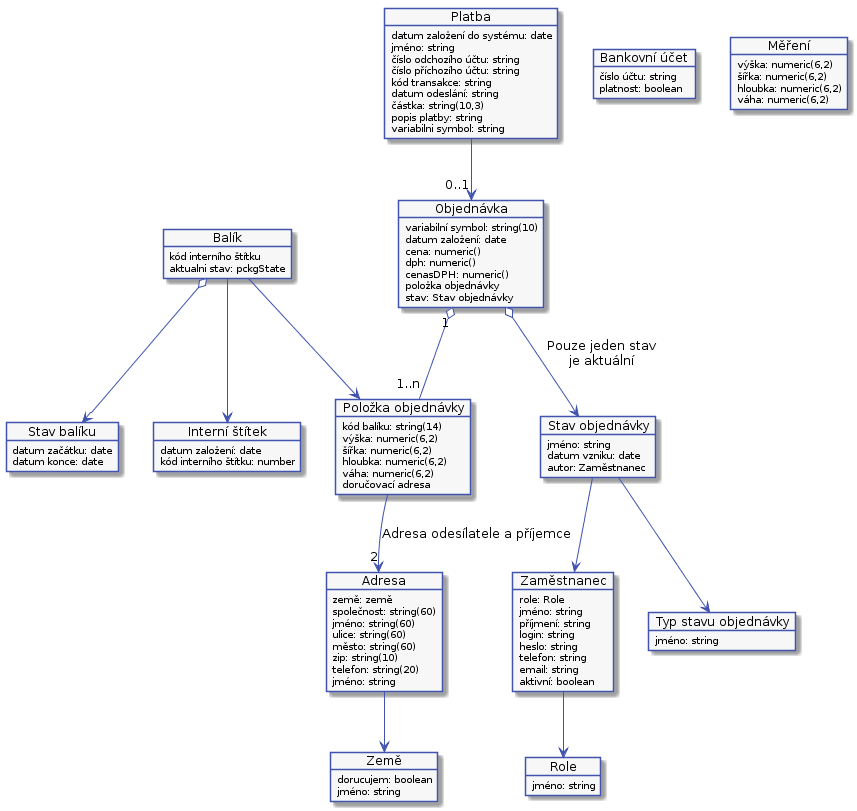
The PlantUML diagram docs/diagrams/out/arch-01.png in Internet-Handel/postman, before a commit.
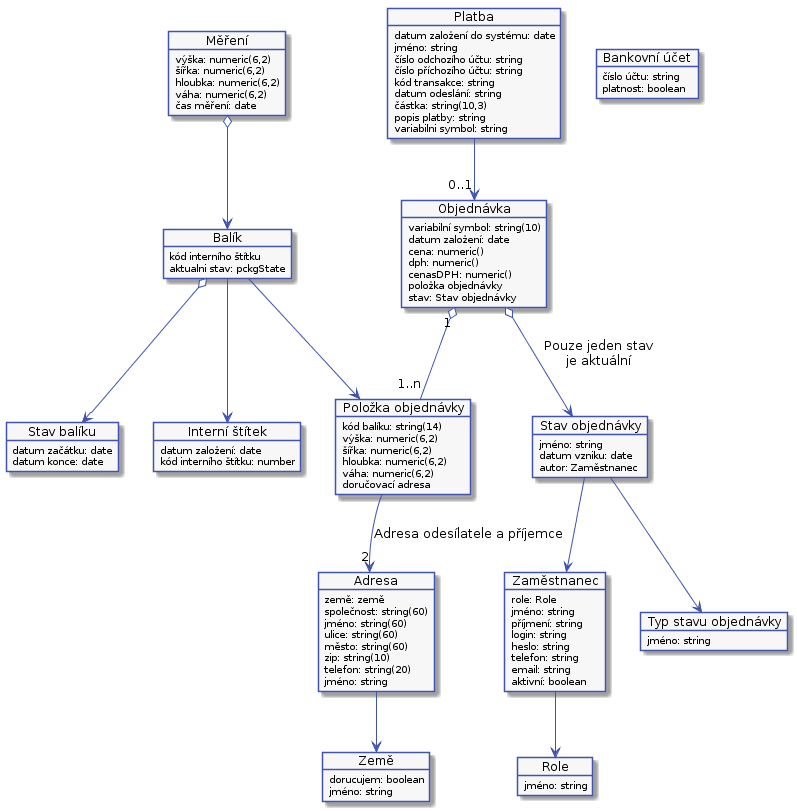
After the change.

Diff of the diagram source:
```diff
@@ -155,6 +155,7 @@
     šířka: numeric(6,2)
     hloubka: numeric(6,2)
     váha: numeric(6,2)
+    čas měření: date
 }
 
 object "Balík" as pckg
@@ -180,4 +181,5 @@
 pckg --> internalLabel
 emplyee --> role
 payment --> "0..1" order
+measures o--> pckg
 @enduml
```
